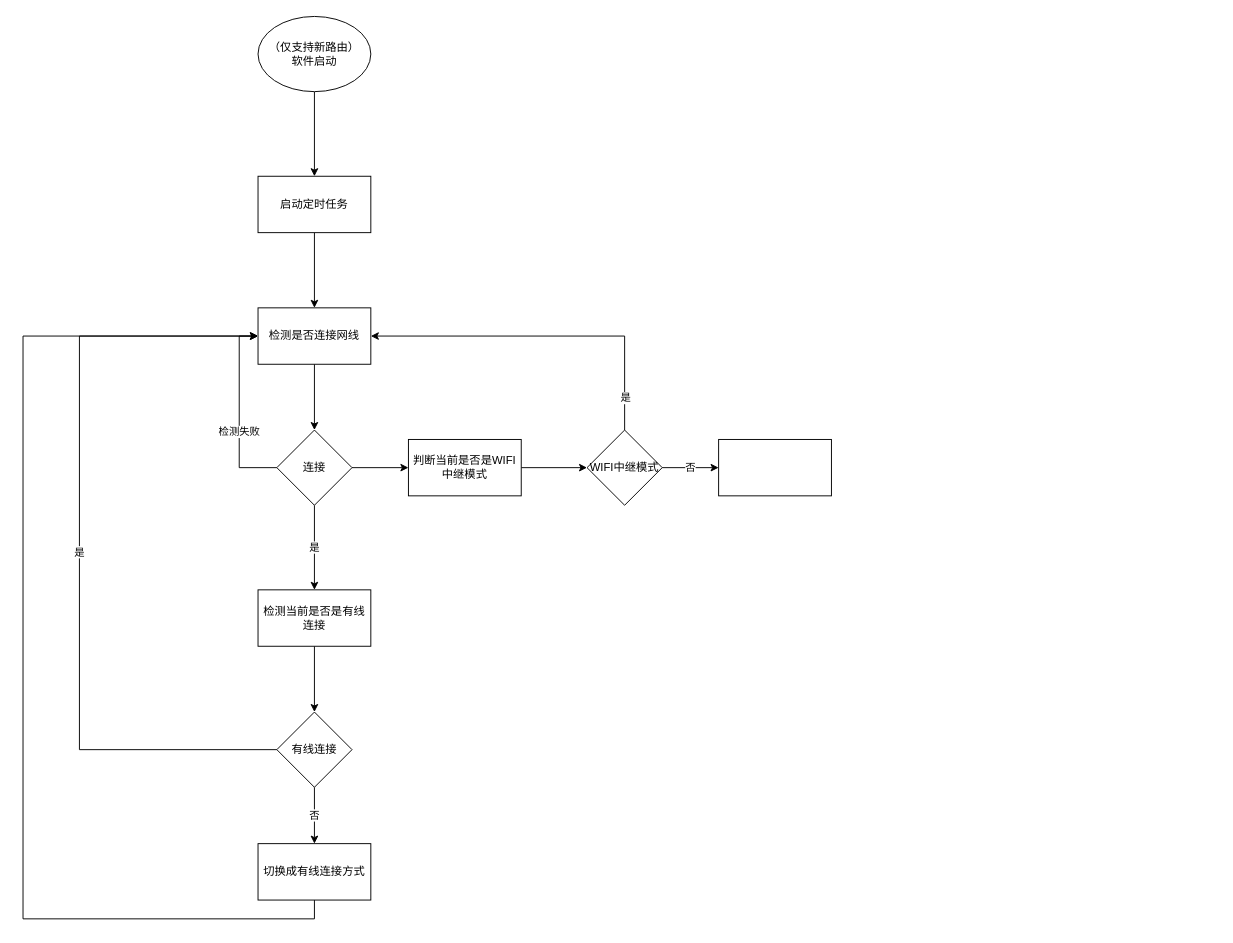
Above: ziyuanbao-wan-wifi-connect.drawio in caozhongqin/diagrams.net (draw.io), before the change. Source tidied: cells renumbered, new cells numbered last; positions are measured from the earlier drawing's top-left corner, leaving out a move shared by most shapes. Both pictures are drawn from the tidied source at 94%, with x=0, y=0 at pixel (23, 16).
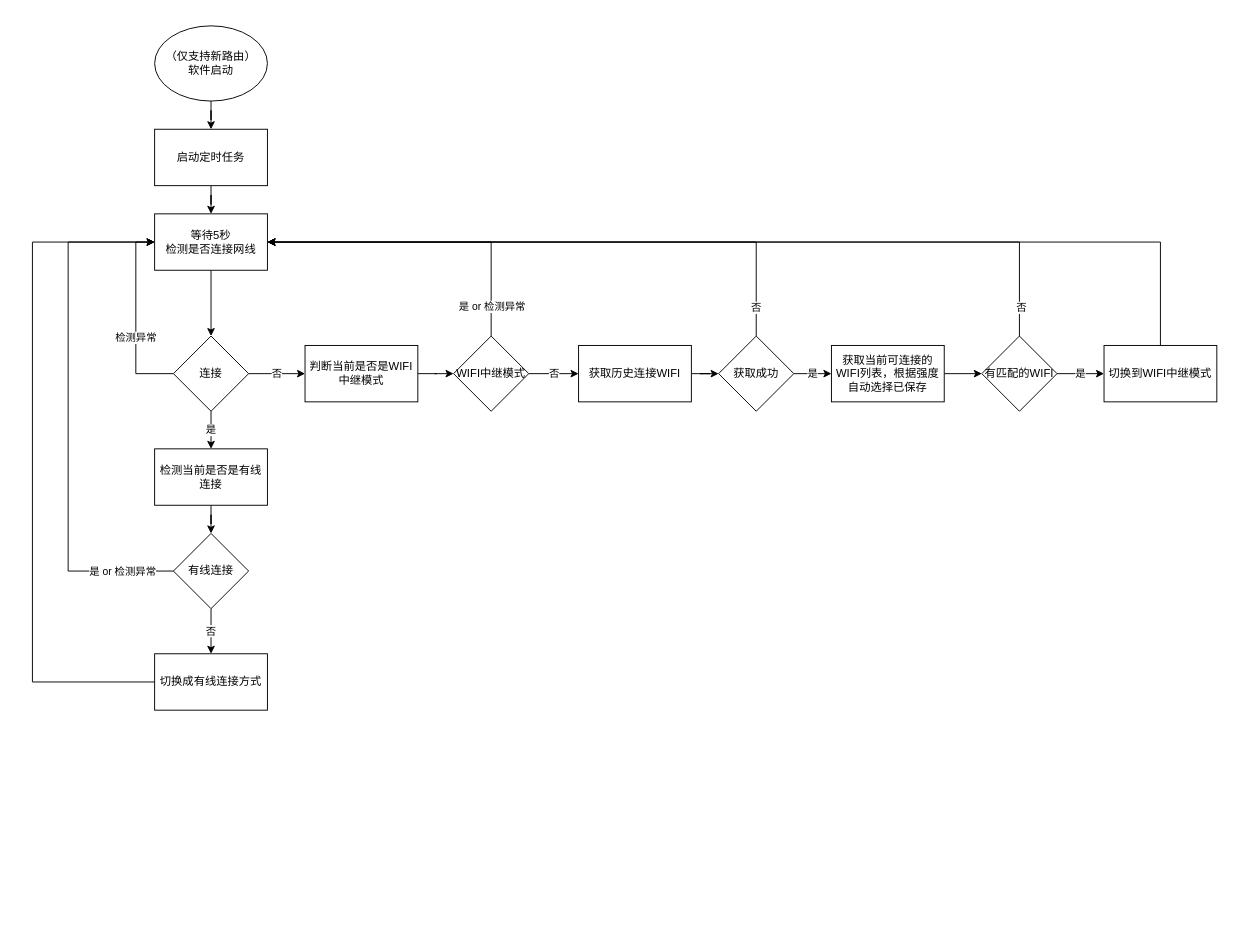
The same page after the edit.

Unchanged cells that the change refers to:
```xml
<mxCell id="8" style="edgeStyle=orthogonalEdgeStyle;rounded=0;jettySize=auto;html=1;exitX=0;exitY=0.5;exitDx=0;exitDy=0;entryX=0;entryY=0.5;entryDx=0;entryDy=0;" parent="1" edge="1" source="12" target="7">
  <mxGeometry relative="1" as="geometry" />
</mxCell>
<mxCell id="22" style="edgeStyle=orthogonalEdgeStyle;rounded=0;jettySize=auto;html=1;exitX=0.5;exitY=0;exitDx=0;exitDy=0;entryX=1;entryY=0.5;entryDx=0;entryDy=0;" parent="1" edge="1" source="25" target="7">
  <mxGeometry relative="1" as="geometry" />
</mxCell>
```

Change to the diagram source:
```diff
@@
     <mxCell id="3" value="（仅支持新路由）&lt;br&gt;软件启动" style="ellipse;whiteSpace=wrap;html=1;" parent="1" vertex="1">
-      <mxGeometry x="250" width="120" height="80" as="geometry" />
+      <mxGeometry x="140" y="10" width="120" height="80" as="geometry" />
     </mxCell>
@@
     <mxCell id="5" value="启动定时任务" style="whiteSpace=wrap;html=1;" parent="1" vertex="1">
-      <mxGeometry x="250" y="170" width="120" height="60" as="geometry" />
+      <mxGeometry x="140" y="120" width="120" height="60" as="geometry" />
     </mxCell>
@@
-    <mxCell id="7" value="检测是否连接网线" style="whiteSpace=wrap;html=1;" parent="1" vertex="1">
-      <mxGeometry x="250" y="310" width="120" height="60" as="geometry" />
+    <mxCell id="7" value="等待5秒&lt;br&gt;检测是否连接网线" style="whiteSpace=wrap;html=1;" parent="1" vertex="1">
+      <mxGeometry x="140" y="210" width="120" height="60" as="geometry" />
     </mxCell>
@@
-    <mxCell id="9" value="检测失败" style="edgeLabel;html=1;align=center;verticalAlign=middle;" parent="8" vertex="1">
+    <mxCell id="9" value="检测异常" style="edgeLabel;html=1;align=center;verticalAlign=middle;" parent="8" vertex="1">
       <mxGeometry x="-0.21" y="1" relative="1" as="geometry" />
     </mxCell>
@@
-    <mxCell id="11" style="edgeStyle=orthogonalEdgeStyle;rounded=0;jettySize=auto;html=1;" parent="1" edge="1" source="12" target="21">
-      <mxGeometry relative="1" as="geometry" />
+    <mxCell id="11" value="否" style="edgeStyle=orthogonalEdgeStyle;rounded=0;jettySize=auto;html=1;" parent="1" edge="1" source="12" target="21">
+      <mxGeometry relative="1" as="geometry">
+        <Array as="points">
+          <mxPoint x="266" y="380" />
+          <mxPoint x="266" y="380" />
+        </Array>
+      </mxGeometry>
     </mxCell>
     <mxCell id="12" value="连接" style="rhombus;whiteSpace=wrap;html=1;" parent="1" vertex="1">
-      <mxGeometry x="270" y="440" width="80" height="80" as="geometry" />
+      <mxGeometry x="160" y="340" width="80" height="80" as="geometry" />
     </mxCell>
@@
     <mxCell id="14" value="检测当前是否是有线连接" style="whiteSpace=wrap;html=1;" parent="1" vertex="1">
-      <mxGeometry x="250" y="610" width="120" height="60" as="geometry" />
+      <mxGeometry x="140" y="460" width="120" height="60" as="geometry" />
     </mxCell>
@@
-    <mxCell id="16" value="是" style="edgeStyle=orthogonalEdgeStyle;rounded=0;jettySize=auto;html=1;entryX=0;entryY=0.5;entryDx=0;entryDy=0;" parent="1" edge="1" source="17" target="7">
+    <mxCell id="16" style="edgeStyle=orthogonalEdgeStyle;rounded=0;jettySize=auto;html=1;exitX=0;exitY=0.5;exitDx=0;exitDy=0;entryX=0;entryY=0.5;entryDx=0;entryDy=0;" parent="1" edge="1" source="17" target="7">
       <mxGeometry relative="1" as="geometry">
         <Array as="points">
-          <mxPoint x="60" y="780" />
-          <mxPoint x="60" y="340" />
+          <mxPoint x="48" y="590" />
+          <mxPoint x="48" y="240" />
         </Array>
       </mxGeometry>
     </mxCell>
+    <mxCell id="27" value="是 or 检测异常" style="edgeLabel;html=1;align=center;verticalAlign=middle;" parent="16" vertex="1">
+      <mxGeometry x="-0.88" y="1" relative="1" as="geometry">
+        <mxPoint x="-22" y="-1" as="offset" />
+      </mxGeometry>
+    </mxCell>
     <mxCell id="17" value="有线连接" style="rhombus;whiteSpace=wrap;html=1;" parent="1" vertex="1">
-      <mxGeometry x="270" y="740" width="80" height="80" as="geometry" />
+      <mxGeometry x="160" y="550" width="80" height="80" as="geometry" />
     </mxCell>
-    <mxCell id="18" style="edgeStyle=orthogonalEdgeStyle;rounded=0;jettySize=auto;html=1;exitX=0.5;exitY=1;exitDx=0;exitDy=0;entryX=0;entryY=0.5;entryDx=0;entryDy=0;" parent="1" edge="1" source="19" target="7">
+    <mxCell id="18" style="edgeStyle=orthogonalEdgeStyle;rounded=0;jettySize=auto;html=1;exitX=0;exitY=0.5;exitDx=0;exitDy=0;entryX=0;entryY=0.5;entryDx=0;entryDy=0;" parent="1" edge="1" source="19" target="7">
       <mxGeometry relative="1" as="geometry">
         <Array as="points">
-          <mxPoint x="310" y="960" />
-          <mxPoint y="960" />
-          <mxPoint y="340" />
+          <mxPoint x="10" y="708" />
+          <mxPoint x="10" y="240" />
         </Array>
       </mxGeometry>
     </mxCell>
     <mxCell id="19" value="切换成有线连接方式" style="whiteSpace=wrap;html=1;" parent="1" vertex="1">
-      <mxGeometry x="250" y="880" width="120" height="60" as="geometry" />
+      <mxGeometry x="140" y="678" width="120" height="60" as="geometry" />
     </mxCell>
@@
     <mxCell id="21" value="判断当前是否是WIFI中继模式" style="whiteSpace=wrap;html=1;" parent="1" vertex="1">
-      <mxGeometry x="410" y="450" width="120" height="60" as="geometry" />
+      <mxGeometry x="300" y="350" width="120" height="60" as="geometry" />
     </mxCell>
@@
-    <mxCell id="23" value="是" style="edgeLabel;html=1;align=center;verticalAlign=middle;" parent="22" vertex="1">
+    <mxCell id="23" value="是 or 检测异常" style="edgeLabel;html=1;align=center;verticalAlign=middle;" parent="22" vertex="1">
       <mxGeometry x="-0.81" relative="1" as="geometry" />
     </mxCell>
@@
     <mxCell id="25" value="WIFI中继模式" style="rhombus;whiteSpace=wrap;html=1;" parent="1" vertex="1">
-      <mxGeometry x="600" y="440" width="80" height="80" as="geometry" />
+      <mxGeometry x="458" y="340" width="80" height="80" as="geometry" />
     </mxCell>
+    <mxCell id="28" style="edgeStyle=orthogonalEdgeStyle;rounded=0;jettySize=auto;html=1;" parent="1" edge="1" source="26" target="32">
+      <mxGeometry relative="1" as="geometry" />
+    </mxCell>
-    <mxCell id="26" style="whiteSpace=wrap;html=1;" parent="1" vertex="1">
-      <mxGeometry x="740" y="450" width="120" height="60" as="geometry" />
+    <mxCell id="26" value="获取历史连接WIFI" style="whiteSpace=wrap;html=1;" parent="1" vertex="1">
+      <mxGeometry x="591" y="350" width="120" height="60" as="geometry" />
     </mxCell>
+    <mxCell id="29" style="edgeStyle=orthogonalEdgeStyle;rounded=0;jettySize=auto;html=1;exitX=0.5;exitY=0;exitDx=0;exitDy=0;entryX=1;entryY=0.5;entryDx=0;entryDy=0;" parent="1" edge="1" source="32" target="7">
+      <mxGeometry relative="1" as="geometry" />
+    </mxCell>
+    <mxCell id="30" value="否" style="edgeLabel;html=1;align=center;verticalAlign=middle;" parent="29" vertex="1">
+      <mxGeometry x="-0.9" y="1" relative="1" as="geometry" />
+    </mxCell>
+    <mxCell id="31" value="是" style="edgeStyle=orthogonalEdgeStyle;rounded=0;jettySize=auto;html=1;" parent="1" edge="1" source="32" target="34">
+      <mxGeometry relative="1" as="geometry" />
+    </mxCell>
+    <mxCell id="32" value="获取成功" style="rhombus;whiteSpace=wrap;html=1;" parent="1" vertex="1">
+      <mxGeometry x="740" y="340" width="80" height="80" as="geometry" />
+    </mxCell>
+    <mxCell id="33" style="edgeStyle=orthogonalEdgeStyle;rounded=0;jettySize=auto;html=1;" parent="1" edge="1" source="34" target="38">
+      <mxGeometry relative="1" as="geometry" />
+    </mxCell>
+    <mxCell id="34" value="获取当前可连接的WIFI列表，根据强度自动选择已保存" style="whiteSpace=wrap;html=1;" parent="1" vertex="1">
+      <mxGeometry x="860" y="350" width="120" height="60" as="geometry" />
+    </mxCell>
+    <mxCell id="35" style="edgeStyle=orthogonalEdgeStyle;rounded=0;jettySize=auto;html=1;exitX=0.5;exitY=0;exitDx=0;exitDy=0;entryX=1;entryY=0.5;entryDx=0;entryDy=0;" parent="1" edge="1" source="38" target="7">
+      <mxGeometry relative="1" as="geometry" />
+    </mxCell>
+    <mxCell id="36" value="否" style="edgeLabel;html=1;align=center;verticalAlign=middle;" parent="35" vertex="1">
+      <mxGeometry x="-0.93" y="-1" relative="1" as="geometry" />
+    </mxCell>
+    <mxCell id="37" value="是" style="edgeStyle=orthogonalEdgeStyle;rounded=0;jettySize=auto;html=1;" parent="1" edge="1" source="38" target="40">
+      <mxGeometry relative="1" as="geometry" />
+    </mxCell>
+    <mxCell id="38" value="有匹配的WIFI" style="rhombus;whiteSpace=wrap;html=1;" parent="1" vertex="1">
+      <mxGeometry x="1020" y="340" width="80" height="80" as="geometry" />
+    </mxCell>
+    <mxCell id="39" style="edgeStyle=orthogonalEdgeStyle;rounded=0;jettySize=auto;html=1;exitX=0.5;exitY=0;exitDx=0;exitDy=0;entryX=1;entryY=0.5;entryDx=0;entryDy=0;" parent="1" edge="1" source="40" target="7">
+      <mxGeometry relative="1" as="geometry" />
+    </mxCell>
+    <mxCell id="40" value="切换到WIFI中继模式" style="whiteSpace=wrap;html=1;" parent="1" vertex="1">
+      <mxGeometry x="1150" y="350" width="120" height="60" as="geometry" />
+    </mxCell>
```
